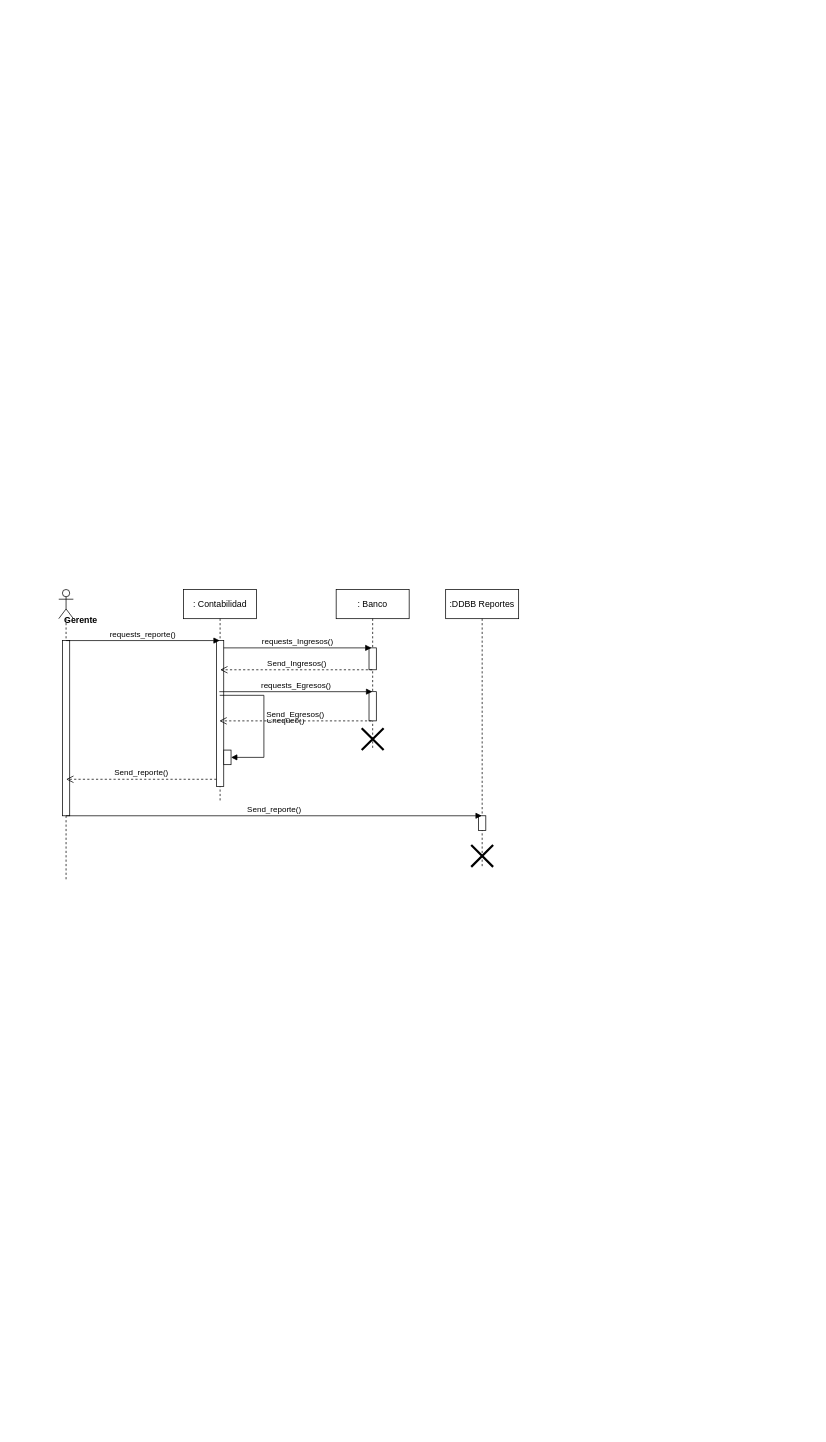
This is Prueba_parte_2.drawio from josecastilloUai/Diagramas, a draw.io file, before an edit. Source tidied: cells renumbered, new cells numbered last; positions are measured from the earlier drawing's top-left corner, leaving out a move shared by most shapes. Both pictures are drawn from the tidied source at 73%, with x=0, y=0 at pixel (51, 589).
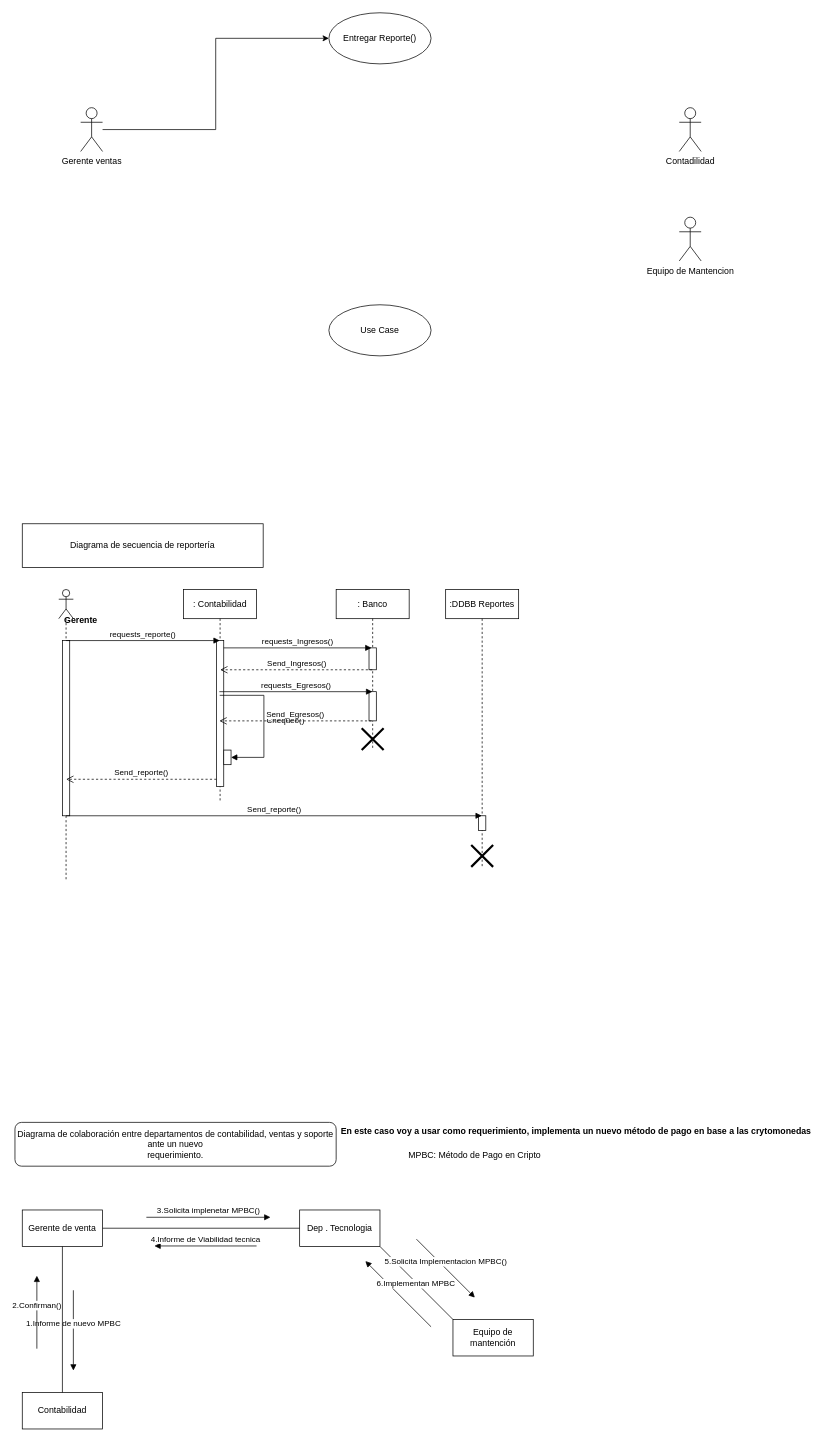
Above is the later version.

What changed in the source:
```diff
@@
+    <mxCell id="23" value="Diagrama de secuencia de reportería" style="rounded=0;whiteSpace=wrap;html=1;" parent="1" vertex="1">
+      <mxGeometry x="-40" y="-90" width="330" height="60" as="geometry" />
+    </mxCell>
+    <mxCell id="24" value="Entregar Reporte()" style="ellipse;whiteSpace=wrap;html=1;" parent="1" vertex="1">
+      <mxGeometry x="380" y="-790" width="140" height="70" as="geometry" />
+    </mxCell>
+    <mxCell id="25" value="Use Case" style="ellipse;whiteSpace=wrap;html=1;" parent="1" vertex="1">
+      <mxGeometry x="380" y="-390" width="140" height="70" as="geometry" />
+    </mxCell>
+    <mxCell id="26" style="edgeStyle=orthogonalEdgeStyle;rounded=0;jettySize=auto;html=1;entryX=0;entryY=0.5;entryDx=0;entryDy=0;" parent="1" edge="1" source="27" target="24">
+      <mxGeometry relative="1" as="geometry" />
+    </mxCell>
+    <mxCell id="27" value="Gerente ventas" style="shape=umlActor;verticalLabelPosition=bottom;verticalAlign=top;html=1;" parent="1" vertex="1">
+      <mxGeometry x="40" y="-660" width="30" height="60" as="geometry" />
+    </mxCell>
+    <mxCell id="28" value="Contadilidad" style="shape=umlActor;verticalLabelPosition=bottom;verticalAlign=top;html=1;" parent="1" vertex="1">
+      <mxGeometry x="860" y="-660" width="30" height="60" as="geometry" />
+    </mxCell>
+    <mxCell id="29" value="Equipo de Mantencion" style="shape=umlActor;verticalLabelPosition=bottom;verticalAlign=top;html=1;" parent="1" vertex="1">
+      <mxGeometry x="860" y="-510" width="30" height="60" as="geometry" />
+    </mxCell>
+    <mxCell id="30" value="Gerente de venta" style="html=1;whiteSpace=wrap;" parent="1" vertex="1">
+      <mxGeometry x="-40" y="850" width="110" height="50" as="geometry" />
+    </mxCell>
+    <mxCell id="31" value="Contabilidad" style="html=1;whiteSpace=wrap;" parent="1" vertex="1">
+      <mxGeometry x="-40" y="1100" width="110" height="50" as="geometry" />
+    </mxCell>
+    <mxCell id="32" value="Equipo de mantención" style="html=1;whiteSpace=wrap;" parent="1" vertex="1">
+      <mxGeometry x="550" y="1000" width="110" height="50" as="geometry" />
+    </mxCell>
+    <mxCell id="33" value="Dep . Tecnologia" style="html=1;whiteSpace=wrap;" parent="1" vertex="1">
+      <mxGeometry x="340" y="850" width="110" height="50" as="geometry" />
+    </mxCell>
+    <mxCell id="34" value="Diagrama de colaboración entre departamentos de contabilidad, ventas y soporte ante un nuevo&lt;br/&gt;requerimiento." style="rounded=1;whiteSpace=wrap;html=1;" parent="1" vertex="1">
+      <mxGeometry x="-50" y="730" width="440" height="60" as="geometry" />
+    </mxCell>
+    <mxCell id="35" value="En este caso voy a usar como requerimiento, implementa un nuevo método de pago en base a las crytomonedas&amp;nbsp;" style="text;align=center;fontStyle=1;verticalAlign=middle;spacingLeft=3;spacingRight=3;strokeColor=none;html=1;" parent="1" vertex="1">
+      <mxGeometry x="680" y="730" width="80" height="26" as="geometry" />
+    </mxCell>
+    <mxCell id="36" value="MPBC: Método de Pago en Cripto" style="text;html=1;strokeColor=none;fillColor=none;align=center;verticalAlign=middle;whiteSpace=wrap;rounded=0;" parent="1" vertex="1">
+      <mxGeometry x="430" y="760" width="300" height="30" as="geometry" />
+    </mxCell>
+    <mxCell id="37" style="endArrow=none;html=1;rounded=0;exitX=1;exitY=0.5;exitDx=0;exitDy=0;entryX=0;entryY=0.5;entryDx=0;entryDy=0;" parent="1" edge="1" source="30" target="33">
+      <mxGeometry relative="1" as="geometry" />
+    </mxCell>
+    <mxCell id="38" value="3.Solicita implenetar MPBC()" style="html=1;verticalAlign=bottom;endArrow=block;curved=0;rounded=0;" parent="1" edge="1">
+      <mxGeometry relative="1" as="geometry">
+        <mxPoint x="130" y="860" as="sourcePoint" />
+        <mxPoint x="300" y="860" as="targetPoint" />
+      </mxGeometry>
+    </mxCell>
+    <mxCell id="39" value="4.Informe de Viabilidad tecnica" style="html=1;verticalAlign=bottom;endArrow=block;curved=0;rounded=0;" parent="1" edge="1">
+      <mxGeometry relative="1" as="geometry">
+        <mxPoint x="281" y="899.3" as="sourcePoint" />
+        <mxPoint x="141" y="899.3" as="targetPoint" />
+      </mxGeometry>
+    </mxCell>
+    <mxCell id="40" style="endArrow=none;html=1;rounded=0;exitX=0;exitY=0;exitDx=0;exitDy=0;" parent="1" edge="1" source="32">
+      <mxGeometry relative="1" as="geometry">
+        <mxPoint x="450" y="900" as="targetPoint" />
+      </mxGeometry>
+    </mxCell>
+    <mxCell id="41" value="5.Solicita Implementacion MPBC()" style="html=1;verticalAlign=bottom;endArrow=block;curved=0;rounded=0;" parent="1" edge="1">
+      <mxGeometry relative="1" as="geometry">
+        <mxPoint x="500" y="890" as="sourcePoint" />
+        <mxPoint x="580" y="970" as="targetPoint" />
+      </mxGeometry>
+    </mxCell>
+    <mxCell id="42" value="1.Informe de nuevo MPBC" style="html=1;verticalAlign=bottom;endArrow=block;curved=0;rounded=0;" parent="1" edge="1">
+      <mxGeometry relative="1" as="geometry">
+        <mxPoint x="30" y="960" as="sourcePoint" />
+        <mxPoint x="30" y="1070" as="targetPoint" />
+      </mxGeometry>
+    </mxCell>
+    <mxCell id="43" value="2.Confirman()" style="html=1;verticalAlign=bottom;endArrow=block;curved=0;rounded=0;" parent="1" edge="1">
+      <mxGeometry relative="1" as="geometry">
+        <mxPoint x="-20" y="1040" as="sourcePoint" />
+        <mxPoint x="-20" y="940" as="targetPoint" />
+      </mxGeometry>
+    </mxCell>
+    <mxCell id="44" style="endArrow=none;html=1;rounded=0;entryX=0.5;entryY=1;entryDx=0;entryDy=0;" parent="1" edge="1" source="31" target="30">
+      <mxGeometry relative="1" as="geometry" />
+    </mxCell>
+    <mxCell id="45" value="6.Implementan MPBC" style="html=1;verticalAlign=bottom;endArrow=block;curved=0;rounded=0;" parent="1" edge="1">
+      <mxGeometry x="-0.22" y="-21" relative="1" as="geometry">
+        <mxPoint x="520" y="1010" as="sourcePoint" />
+        <mxPoint x="430" y="920" as="targetPoint" />
+      </mxGeometry>
+    </mxCell>
```
